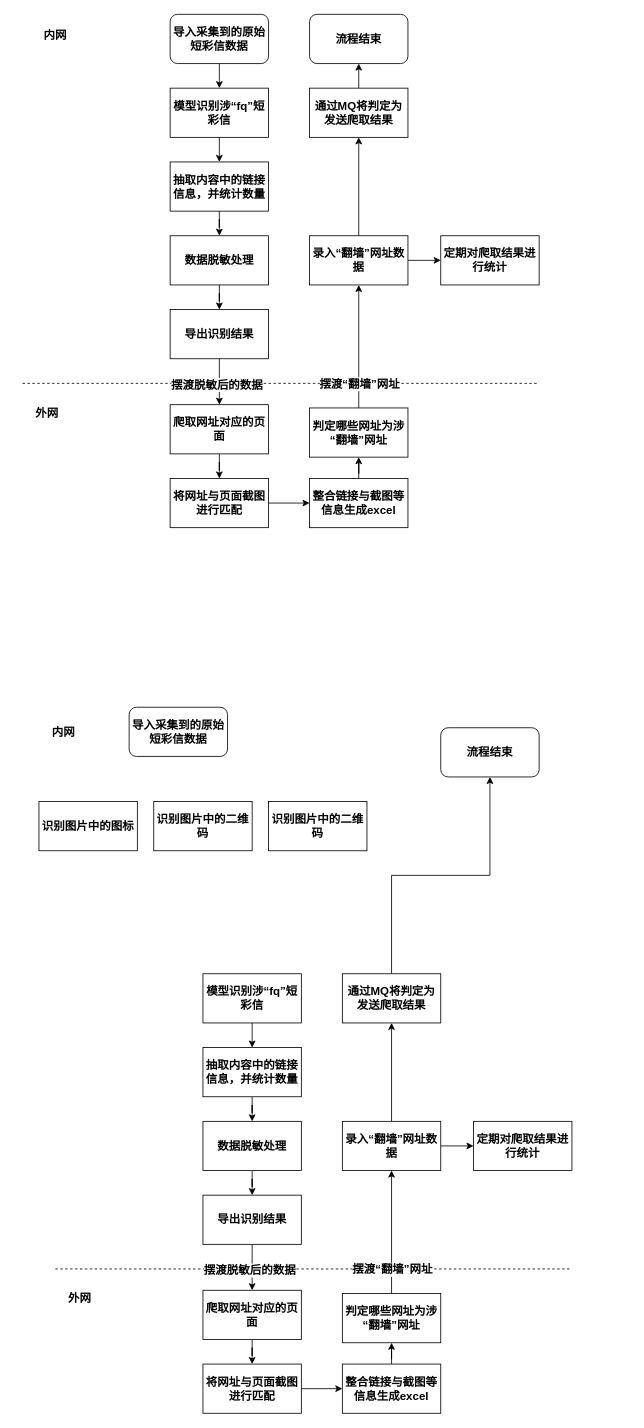
Before: dcx/基本设计概念和处理流程.drawio in zwnop/draw-io-repo, a draw.io diagram. Source tidied: cells renumbered, new cells numbered last; positions are measured from the earlier drawing's top-left corner, leaving out a move shared by most shapes. Both pictures are drawn from the tidied source at 82%, with x=0, y=0 at pixel (22, 14).
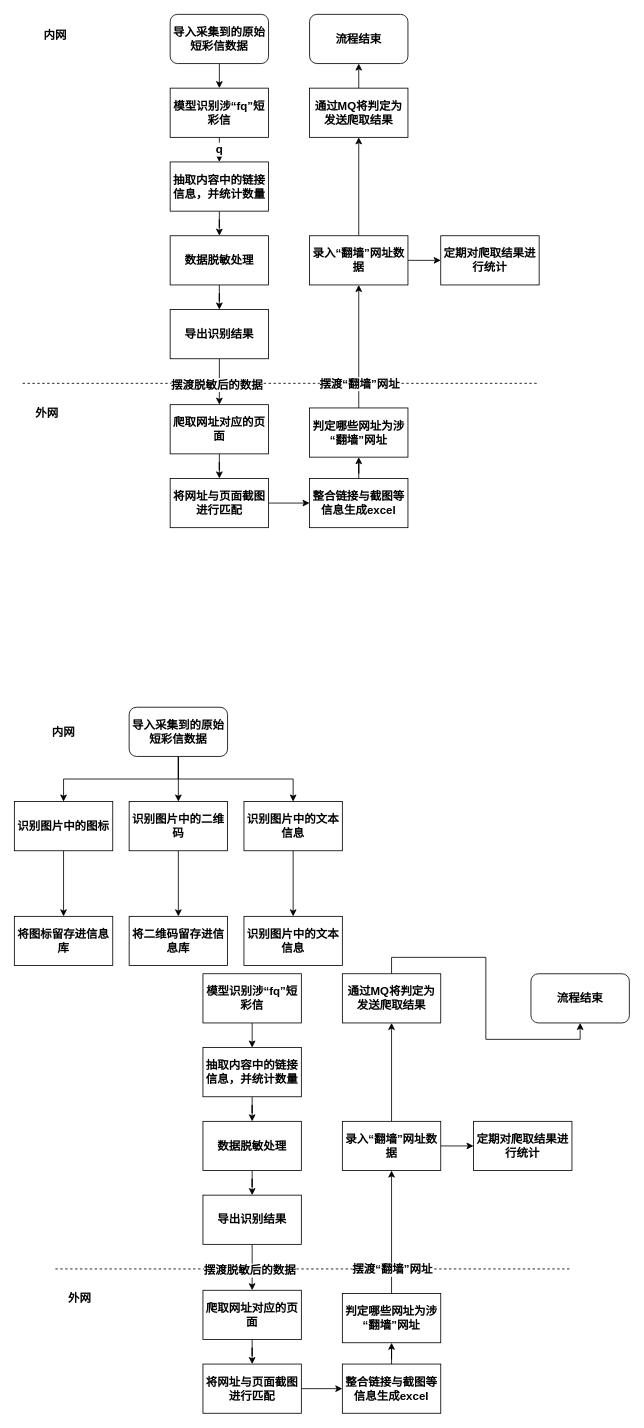
The same diagram, later.

Commit message:
更新基本设计概念和处理流程.drawio

Unchanged cells that the change refers to:
```xml
<mxCell id="3" value="模型识别涉“fq”短彩信" style="rounded=0;whiteSpace=wrap;html=1;fontSize=14;fontStyle=1;" parent="1" vertex="1">
  <mxGeometry x="180" y="90" width="120" height="60" as="geometry" />
</mxCell>
<mxCell id="11" value="抽取内容中的链接信息，并统计数量" style="rounded=0;whiteSpace=wrap;html=1;fontSize=14;fontStyle=1;" parent="1" vertex="1">
  <mxGeometry x="180" y="180" width="120" height="60" as="geometry" />
</mxCell>
<mxCell id="59" value="导入采集到的原始短彩信数据" style="rounded=1;whiteSpace=wrap;html=1;fontSize=14;fontStyle=1;" parent="1" vertex="1">
  <mxGeometry x="130" y="845" width="120" height="60" as="geometry" />
</mxCell>
```

The edit, as a diff of the source:
```diff
@@
-    <mxCell id="2" style="edgeStyle=orthogonalEdgeStyle;rounded=0;jettySize=auto;html=1;exitX=0.5;exitY=1;exitDx=0;exitDy=0;entryX=0.5;entryY=0;entryDx=0;entryDy=0;fontSize=14;fontStyle=1;" parent="1" edge="1" source="3" target="11">
+    <mxCell id="2" value="q" style="edgeStyle=orthogonalEdgeStyle;rounded=0;jettySize=auto;html=1;exitX=0.5;exitY=1;exitDx=0;exitDy=0;entryX=0.5;entryY=0;entryDx=0;entryDy=0;fontSize=14;fontStyle=1;" parent="1" edge="1" source="3" target="11">
       <mxGeometry relative="1" as="geometry" />
     </mxCell>
@@
+    <mxCell id="64" style="edgeStyle=orthogonalEdgeStyle;rounded=0;jettySize=auto;html=1;" parent="1" edge="1" source="59" target="62">
+      <mxGeometry relative="1" as="geometry" />
+    </mxCell>
+    <mxCell id="65" style="edgeStyle=orthogonalEdgeStyle;rounded=0;jettySize=auto;html=1;exitX=0.5;exitY=1;exitDx=0;exitDy=0;" parent="1" edge="1" source="59" target="61">
+      <mxGeometry relative="1" as="geometry" />
+    </mxCell>
+    <mxCell id="66" style="edgeStyle=orthogonalEdgeStyle;rounded=0;jettySize=auto;html=1;exitX=0.5;exitY=1;exitDx=0;exitDy=0;entryX=0.5;entryY=0;entryDx=0;entryDy=0;" parent="1" edge="1" source="59" target="63">
+      <mxGeometry relative="1" as="geometry" />
+    </mxCell>
@@
     <mxCell id="60" value="流程结束" style="rounded=1;whiteSpace=wrap;html=1;fontSize=14;fontStyle=1;" parent="1" vertex="1">
-      <mxGeometry x="510" y="870" width="120" height="60" as="geometry" />
+      <mxGeometry x="620" y="1170" width="120" height="60" as="geometry" />
     </mxCell>
+    <mxCell id="67" style="edgeStyle=orthogonalEdgeStyle;rounded=0;jettySize=auto;html=1;" parent="1" edge="1" source="61" target="72">
+      <mxGeometry relative="1" as="geometry" />
+    </mxCell>
     <mxCell id="61" value="识别图片中的图标" style="rounded=0;whiteSpace=wrap;html=1;fontSize=14;fontStyle=1;" parent="1" vertex="1">
-      <mxGeometry x="20" y="960" width="120" height="60" as="geometry" />
+      <mxGeometry x="-10" y="960" width="120" height="60" as="geometry" />
     </mxCell>
+    <mxCell id="68" style="edgeStyle=orthogonalEdgeStyle;rounded=0;jettySize=auto;html=1;" parent="1" edge="1" source="62" target="70">
+      <mxGeometry relative="1" as="geometry" />
+    </mxCell>
     <mxCell id="62" value="识别图片中的二维码" style="rounded=0;whiteSpace=wrap;html=1;fontSize=14;fontStyle=1;" parent="1" vertex="1">
-      <mxGeometry x="160" y="960" width="120" height="60" as="geometry" />
+      <mxGeometry x="130" y="960" width="120" height="60" as="geometry" />
     </mxCell>
+    <mxCell id="69" style="edgeStyle=orthogonalEdgeStyle;rounded=0;jettySize=auto;html=1;" parent="1" edge="1" source="63" target="71">
+      <mxGeometry relative="1" as="geometry" />
+    </mxCell>
-    <mxCell id="63" value="识别图片中的二维码" style="rounded=0;whiteSpace=wrap;html=1;fontSize=14;fontStyle=1;" parent="1" vertex="1">
-      <mxGeometry x="300" y="960" width="120" height="60" as="geometry" />
+    <mxCell id="63" value="识别图片中的文本信息" style="rounded=0;whiteSpace=wrap;html=1;fontSize=14;fontStyle=1;" parent="1" vertex="1">
+      <mxGeometry x="270" y="960" width="120" height="60" as="geometry" />
     </mxCell>
+    <mxCell id="70" value="将二维码留存进信息库" style="rounded=0;whiteSpace=wrap;html=1;fontSize=14;fontStyle=1;" parent="1" vertex="1">
+      <mxGeometry x="130" y="1100" width="120" height="60" as="geometry" />
+    </mxCell>
+    <mxCell id="71" value="识别图片中的文本信息" style="rounded=0;whiteSpace=wrap;html=1;fontSize=14;fontStyle=1;" parent="1" vertex="1">
+      <mxGeometry x="270" y="1100" width="120" height="60" as="geometry" />
+    </mxCell>
+    <mxCell id="72" value="将图标留存进信息库" style="rounded=0;whiteSpace=wrap;html=1;fontSize=14;fontStyle=1;" parent="1" vertex="1">
+      <mxGeometry x="-10" y="1100" width="120" height="60" as="geometry" />
+    </mxCell>
```
